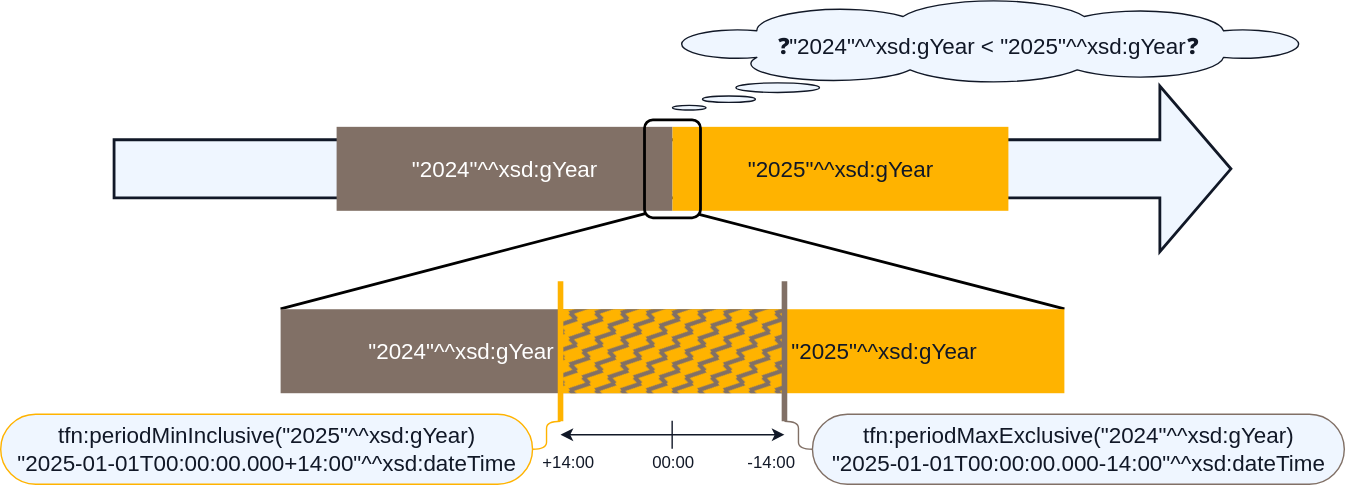
The draw.io diagram img/TimeFunctions-Figure.svg in smessie/Poster-ISWC2025-TimeFunctions, before a commit. Source tidied: cells renumbered, new cells last; positions are measured from the earlier drawing's top-left corner, leaving out a move shared by most shapes.
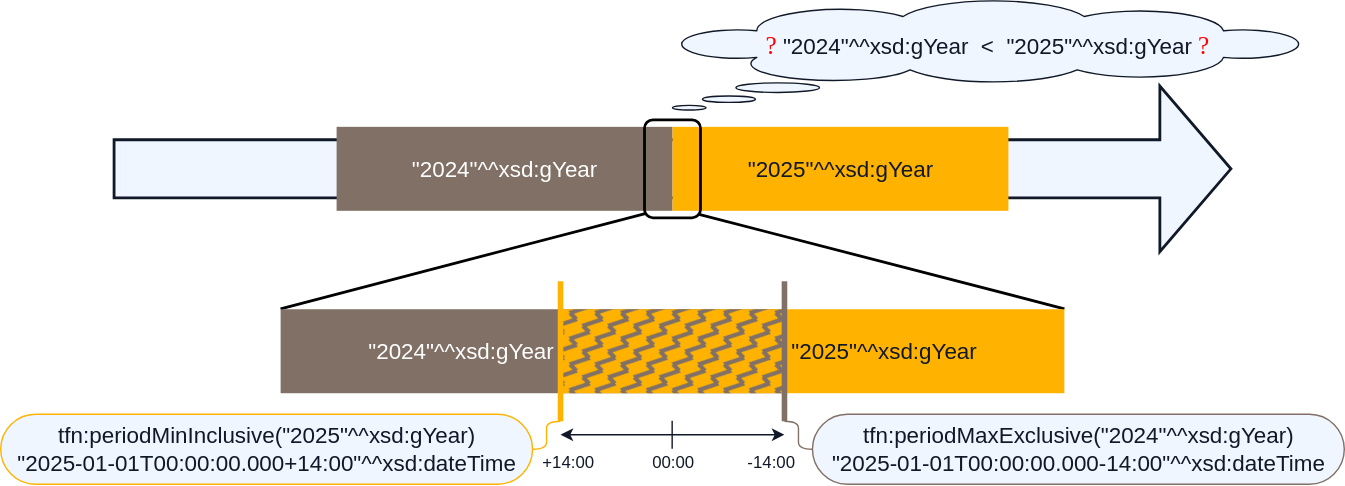
The same file after the commit.

Commit message:
Add email and update question marks in figure for better printing

Diff of the diagram source:
```diff
@@ -14,7 +14,7 @@
     <mxCell id="4" value="&lt;font style=&quot;font-size: 16px;&quot;&gt;&quot;2025&quot;^^xsd:gYear&lt;/font&gt;" style="rounded=0;whiteSpace=wrap;html=1;fillColor=light-dark(#FFB300,#FFB300);strokeColor=none;strokeWidth=2;fontColor=#111827;" parent="1" vertex="1">
       <mxGeometry x="480" y="90" width="240" height="60" as="geometry" />
     </mxCell>
-    <mxCell id="5" value="&lt;font style=&quot;font-size: 16px;&quot;&gt;&lt;font&gt;❓&quot;2024&quot;^^xsd:gYear&amp;nbsp;&lt;/font&gt;&amp;lt;&amp;nbsp;&quot;2025&quot;^^xsd:gYear❓&lt;/font&gt;&lt;div&gt;&lt;div&gt;&lt;br&gt;&lt;/div&gt;&lt;/div&gt;" style="whiteSpace=wrap;html=1;shape=mxgraph.basic.cloud_callout;strokeColor=#111827;fontColor=#111827;labelBackgroundColor=none;fillColor=#EFF6FF;" parent="1" vertex="1">
+    <mxCell id="5" value="&lt;font&gt;&lt;font&gt;&lt;font style=&quot;font-size: 18px; color: rgb(255, 0, 0);&quot; face=&quot;Comic Sans MS&quot;&gt;?&lt;/font&gt;&lt;font size=&quot;3&quot;&gt; &quot;2024&quot;^^xsd:gYear &amp;nbsp;&lt;/font&gt;&lt;/font&gt;&lt;font size=&quot;3&quot;&gt;&amp;lt; &amp;nbsp;&quot;2025&quot;^^xsd:gYear&amp;nbsp;&lt;/font&gt;&lt;/font&gt;&lt;span style=&quot;caret-color: rgb(255, 0, 0); color: rgb(255, 0, 0); font-family: &amp;quot;Comic Sans MS&amp;quot;; font-size: 18px;&quot;&gt;?&lt;/span&gt;&lt;div&gt;&lt;div&gt;&lt;br&gt;&lt;/div&gt;&lt;/div&gt;" style="whiteSpace=wrap;html=1;shape=mxgraph.basic.cloud_callout;strokeColor=#111827;fontColor=#111827;labelBackgroundColor=none;fillColor=#EFF6FF;" parent="1" vertex="1">
       <mxGeometry x="480" width="450" height="78" as="geometry" />
     </mxCell>
     <mxCell id="6" style="endArrow=none;html=1;rounded=0;strokeWidth=2;entryX=0.03;entryY=0.954;entryDx=0;entryDy=0;strokeColor=default;entryPerimeter=0;" parent="1" edge="1" target="14">
```
